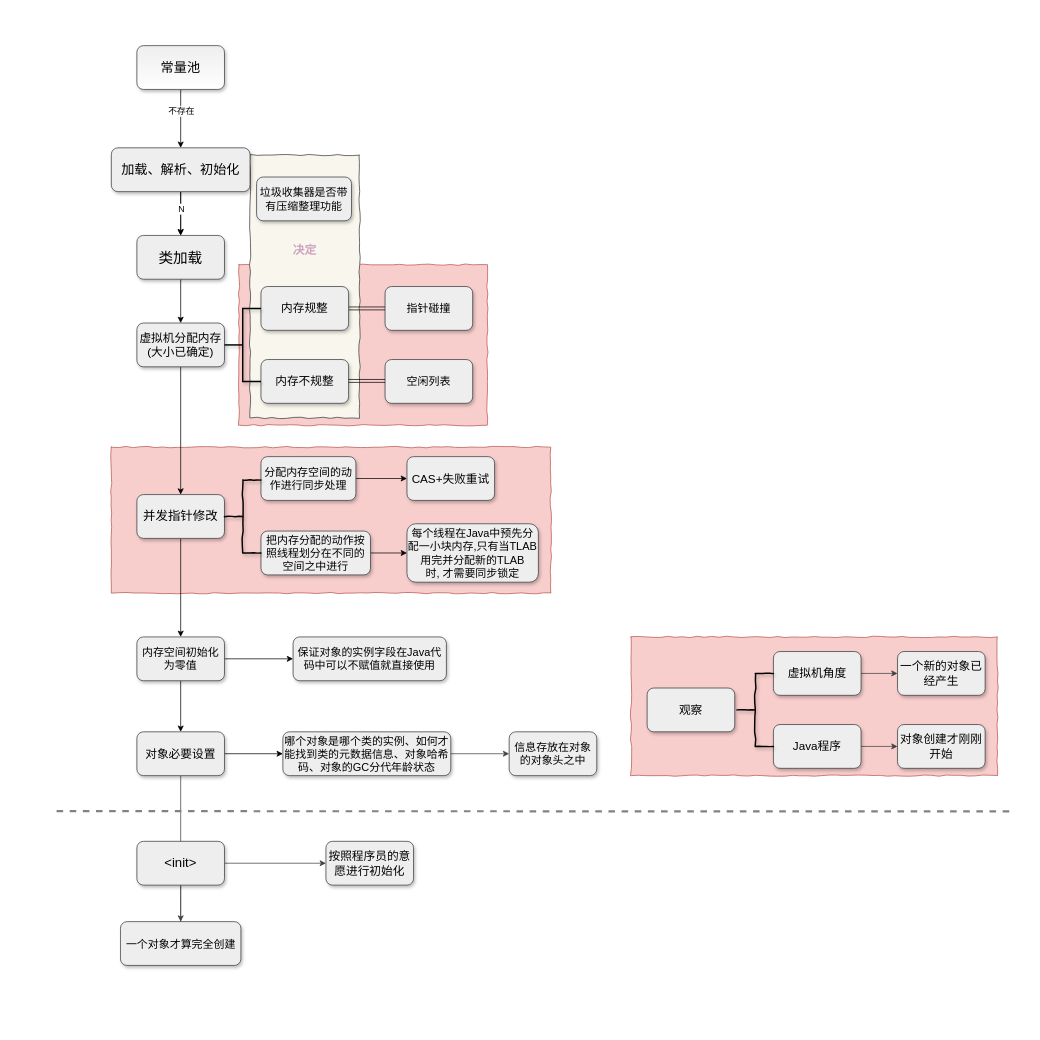
Clarencezero/poi keeps this draw.io diagram as HotSpot对象创建.drawio. Above is the earlier version. Source tidied: cells renumbered, new cells numbered last; positions are measured from the earlier drawing's top-left corner, leaving out a move shared by most shapes. Both pictures are drawn from the tidied source at 73%, with x=0, y=0 at pixel (56, 45).
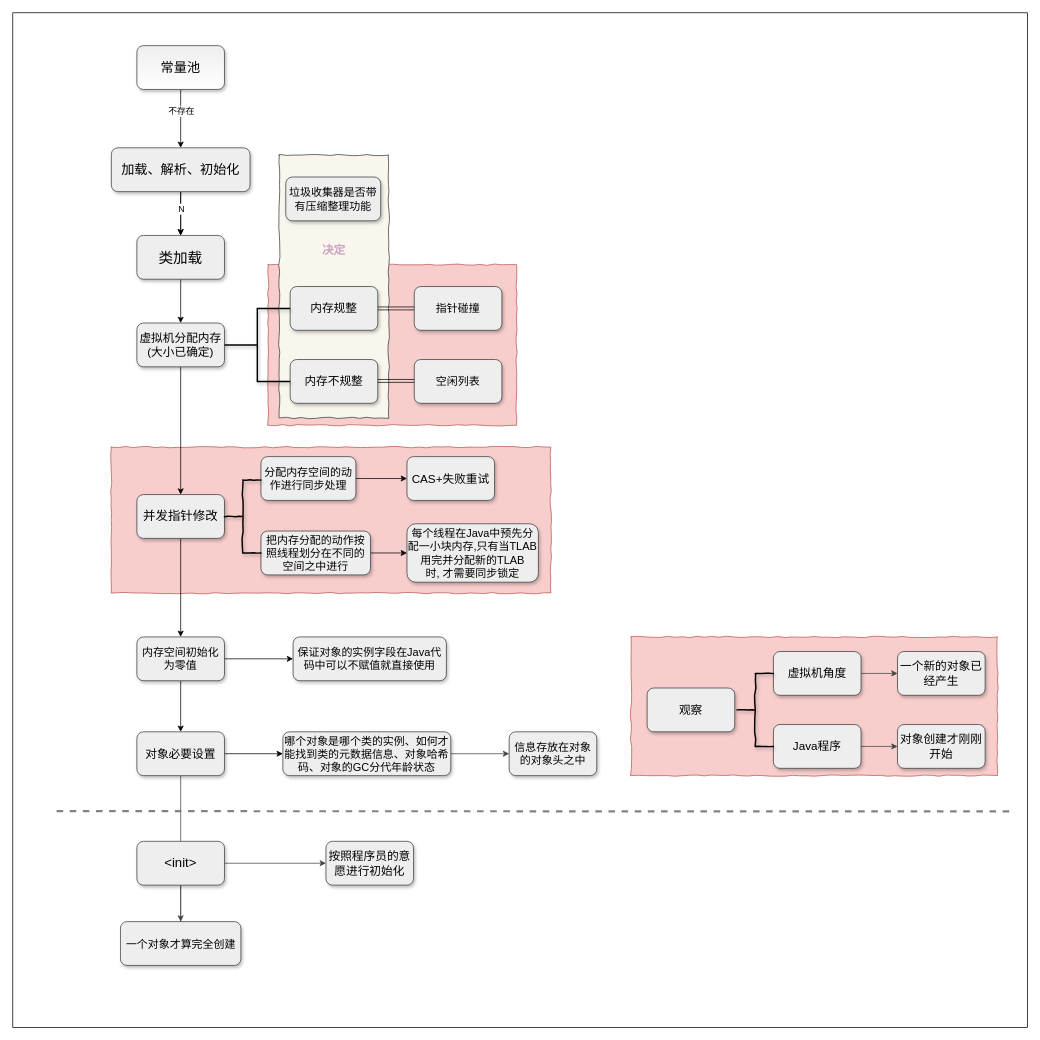
Above is the later version.

Diff of the diagram source:
```diff
@@
+    <mxCell id="59" style="rounded=0;whiteSpace=wrap;html=1;" parent="1" vertex="1">
+      <mxGeometry x="-60" y="-45" width="1390" height="1390" as="geometry" />
+    </mxCell>
@@
     <mxCell id="4" style="rounded=0;whiteSpace=wrap;html=1;shadow=0;glass=0;comic=1;fontSize=16;fillColor=#f8cecc;strokeColor=#b85450;" parent="1" vertex="1">
-      <mxGeometry x="250" y="300" width="340" height="220" as="geometry" />
+      <mxGeometry x="290" y="300" width="340" height="220" as="geometry" />
     </mxCell>
     <mxCell id="5" style="rounded=0;whiteSpace=wrap;html=1;shadow=0;glass=0;comic=1;fontSize=16;fillColor=#f9f7ed;strokeColor=#36393d;" parent="1" vertex="1">
-      <mxGeometry x="265" y="150" width="150" height="360" as="geometry" />
+      <mxGeometry x="305" y="150" width="150" height="360" as="geometry" />
     </mxCell>
@@
     <mxCell id="17" value="&lt;font style=&quot;font-size: 15px&quot;&gt;指针碰撞&lt;/font&gt;" style="rounded=1;whiteSpace=wrap;html=1;shadow=1;fillColor=#eeeeee;strokeColor=#36393d;" parent="1" vertex="1">
-      <mxGeometry x="450" y="330" width="120" height="60" as="geometry" />
+      <mxGeometry x="490" y="330" width="120" height="60" as="geometry" />
     </mxCell>
@@
     <mxCell id="19" value="内存规整" style="rounded=1;whiteSpace=wrap;html=1;shadow=1;fillColor=#eeeeee;strokeColor=#36393d;fontSize=16;" parent="1" vertex="1">
-      <mxGeometry x="280" y="330" width="120" height="60" as="geometry" />
+      <mxGeometry x="320" y="330" width="120" height="60" as="geometry" />
     </mxCell>
     <mxCell id="20" value="&lt;font style=&quot;font-size: 15px&quot;&gt;空闲列表&lt;/font&gt;" style="rounded=1;whiteSpace=wrap;html=1;shadow=1;fillColor=#eeeeee;strokeColor=#36393d;" parent="1" vertex="1">
-      <mxGeometry x="450" y="430" width="120" height="60" as="geometry" />
+      <mxGeometry x="490" y="430" width="120" height="60" as="geometry" />
     </mxCell>
     <mxCell id="21" value="内存不规整" style="rounded=1;whiteSpace=wrap;html=1;shadow=1;fillColor=#eeeeee;strokeColor=#36393d;fontSize=16;" parent="1" vertex="1">
-      <mxGeometry x="280" y="430" width="120" height="60" as="geometry" />
+      <mxGeometry x="320" y="430" width="120" height="60" as="geometry" />
     </mxCell>
     <mxCell id="22" value="&lt;font style=&quot;font-size: 15px&quot;&gt;垃圾收集器是否带有压缩整理功能&lt;/font&gt;" style="rounded=1;whiteSpace=wrap;html=1;shadow=1;fillColor=#eeeeee;strokeColor=#36393d;" parent="1" vertex="1">
-      <mxGeometry x="274" y="180" width="130" height="60" as="geometry" />
+      <mxGeometry x="314" y="180" width="130" height="60" as="geometry" />
     </mxCell>
@@
     <mxCell id="53" style="strokeWidth=2;html=1;shape=mxgraph.flowchart.annotation_2;align=left;labelPosition=right;rounded=1;shadow=1;glass=0;comic=0;fillColor=#CCE5FF;gradientColor=#ffffff;" parent="1" vertex="1">
-      <mxGeometry x="230" y="360" width="50" height="100" as="geometry" />
+      <mxGeometry x="230" y="360" width="90" height="100" as="geometry" />
     </mxCell>
     <mxCell id="54" style="edgeStyle=orthogonalEdgeStyle;rounded=1;comic=0;orthogonalLoop=1;jettySize=auto;html=1;shadow=0;fontSize=16;shape=link;" parent="1" edge="1">
       <mxGeometry relative="1" as="geometry">
-        <mxPoint x="400" y="459.3" as="sourcePoint" />
-        <mxPoint x="450" y="459.3" as="targetPoint" />
+        <mxPoint x="440" y="459.3" as="sourcePoint" />
+        <mxPoint x="490" y="459.3" as="targetPoint" />
       </mxGeometry>
     </mxCell>
     <mxCell id="55" value="&lt;b&gt;&lt;font color=&quot;#cda2be&quot;&gt;决定&lt;/font&gt;&lt;/b&gt;" style="text;html=1;strokeColor=none;fillColor=none;align=center;verticalAlign=middle;whiteSpace=wrap;rounded=0;shadow=0;glass=0;comic=1;fontSize=16;" parent="1" vertex="1">
-      <mxGeometry x="320" y="270" width="40" height="20" as="geometry" />
+      <mxGeometry x="360" y="270" width="40" height="20" as="geometry" />
     </mxCell>
```
